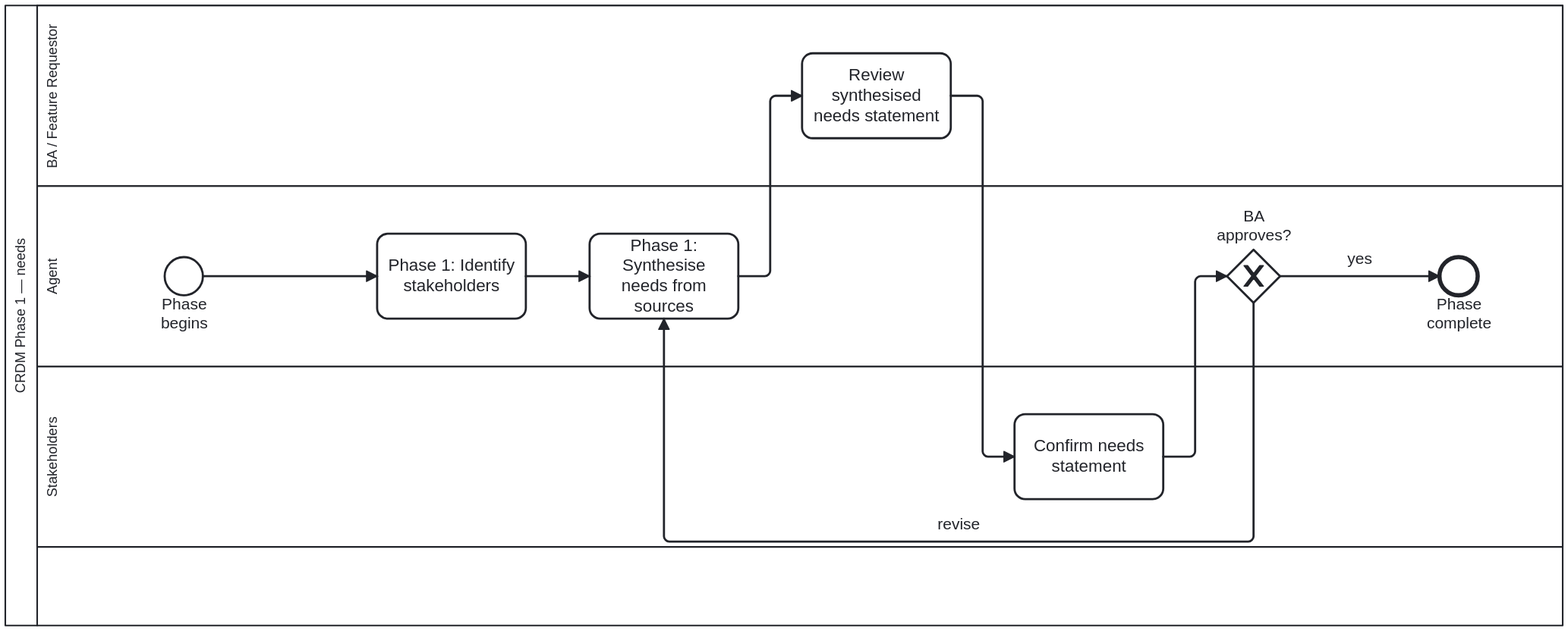
The BPMN diagram docs/assets/img/workflows/crdm-needs.svg in litlfred/cat-harness, before a commit. Its source is kept beside it as processes/process/crdm-needs.bpmn. Ids are renumbered. The source it was exported from:
```xml
<bpmn:definitions xmlns:bpmn="http://www.omg.org/spec/BPMN/20100524/MODEL"
                  xmlns:bpmndi="http://www.omg.org/spec/BPMN/20100524/DI"
                  xmlns:dc="http://www.omg.org/spec/DD/20100524/DC"
                  xmlns:di="http://www.omg.org/spec/DD/20100524/DI"
                  xmlns:bootstrap.processes="https://litlfred.github.io/bootstrap/v0/processes/ns#"
                   xmlns:cat-harness.processes="https://litlfred.github.io/cat-harness/v0/processes/ns#"
                  id="Definitions_Process_CRDM_Needs" targetNamespace="https://litlfred.github.io/folio-assistant/workflows"
                  exporter="folio-assistant" exporterVersion="1">
  <bpmn:import namespace="https://litlfred.github.io/bootstrap/v0/processes/ns#" location="https://litlfred.github.io/bootstrap/v0/processes/ns.jsonld" importType="http://www.w3.org/ns/json-ld"/>
  <bpmn:resource id="authoring-agent" name="Authoring agent"/>
  <bpmn:resource id="business-analyst" name="Business analyst"/>
  <bpmn:resource id="stakeholder" name="Stakeholder"/>
  <bpmn:collaboration id="Collaboration_Process_CRDM_Needs">
    <bpmn:participant id="Participant_Process_CRDM_Needs" name="CRDM Phase 1 — needs" processRef="Process_CRDM_Needs"/>
  </bpmn:collaboration>
  <bpmn:process id="Process_CRDM_Needs" name="CRDM Phase 1 — needs" isExecutable="false">
    <bpmn:documentation>Identify the stakeholders, synthesise a needs statement from the sources, and loop until the BA and the stakeholders both recognise it. The loop is the phase: a needs statement nobody confirmed is an agent's summary, not a requirement.</bpmn:documentation>
    <bpmn:extensionElements>
      <cat-harness.processes:policy enforcement="strict"/>
    </bpmn:extensionElements>
    <bpmn:laneSet id="LaneSet_Process_CRDM_Needs">
      <bpmn:lane id="Lane_BA" name="BA / Feature Requestor" partitionElementRef="business-analyst">
        <bpmn:documentation>The single review here is what GW_Needs is literally named for — "BA approves?" — even though Lane_Stakeholders' confirmation sits between this task and that gateway in the flow; the phase's own documentation makes clear the loop needs both, so reading the gate label alone would miss half of what it takes to exit it.</bpmn:documentation>
        <bpmn:flowNodeRef>BA_ReviewNeeds</bpmn:flowNodeRef>
      </bpmn:lane>
      <bpmn:lane id="Lane_Agent" name="Agent" partitionElementRef="authoring-agent">
        <bpmn:documentation>Drafts the needs statement but never decides it is right — A_Synthesise is the sole target when GW_Needs loops back — and this process's own documentation calls an unconfirmed synthesis "an agent's summary, not a requirement," which is exactly what this lane alone produces before the two lanes below it look at it.</bpmn:documentation>
        <bpmn:flowNodeRef>Start_Process_CRDM_Needs</bpmn:flowNodeRef>
        <bpmn:flowNodeRef>A_Stakeholders</bpmn:flowNodeRef>
        <bpmn:flowNodeRef>A_Synthesise</bpmn:flowNodeRef>
        <bpmn:flowNodeRef>GW_Needs</bpmn:flowNodeRef>
        <bpmn:flowNodeRef>End_Process_CRDM_Needs</bpmn:flowNodeRef>
      </bpmn:lane>
      <bpmn:lane id="Lane_Stakeholders" name="Stakeholders" partitionElementRef="stakeholder">
        <bpmn:documentation>The task itself carries no documentation of its own, so this lane's entry is the only place recording what "confirm" means in Phase 1: recognising the synthesised needs statement as actually theirs, immediately before the loop gate — not, as in the later data-model phase, judging a cardinality, because there is no model yet to have one.</bpmn:documentation>
        <bpmn:flowNodeRef>S_ConfirmNeeds</bpmn:flowNodeRef>
      </bpmn:lane>
    </bpmn:laneSet>
    <bpmn:startEvent id="Start_Process_CRDM_Needs" name="Phase begins"/>
    <bpmn:task id="A_Stakeholders" name="Phase 1: Identify
stakeholders">
      <bpmn:documentation>The agent asks the BA who is affected by this change.
The BA knows the domain — the agent does not guess.</bpmn:documentation>
      <bpmn:extensionElements><bootstrap.processes:skill ref="crdm-requirements-workflow"/></bpmn:extensionElements>
    </bpmn:task>
    <bpmn:task id="A_Synthesise" name="Phase 1: Synthesise
needs from sources">
      <bpmn:documentation>From the chat, issue, uploads and library sources, write a clear, jargon-free statement of what is needed and why, tied to a concrete workflow. Post it on the GitHub issue, not in chat, and ask the requester and stakeholders to review it.</bpmn:documentation>
      <bpmn:extensionElements><bootstrap.processes:skill ref="crdm-requirements-workflow"/></bpmn:extensionElements>
    </bpmn:task>
    <bpmn:task id="BA_ReviewNeeds" name="Review synthesised
needs statement">
      <bpmn:documentation>The BA reviews what the agent synthesised and
checks it against what they actually need.</bpmn:documentation>
      <bpmn:extensionElements><bootstrap.processes:skill ref="crdm-requirements-workflow"/></bpmn:extensionElements>
    </bpmn:task>
    <bpmn:task id="S_ConfirmNeeds" name="Confirm needs
statement">
      <bpmn:documentation>Stakeholders confirm, on the issue, that the needs statement says what they need — or say what to change. A stakeholder's judgement; an agent does not record it for them.</bpmn:documentation>
    </bpmn:task>
    <bpmn:exclusiveGateway id="GW_Needs" name="BA approves?">
      <bpmn:documentation>The BA's answer to the needs statement. `revise` goes back to synthesising needs from the sources; `yes` completes the phase.</bpmn:documentation>
    </bpmn:exclusiveGateway>
    <bpmn:endEvent id="End_Process_CRDM_Needs" name="Phase complete"/>
    <bpmn:sequenceFlow id="SF_Process_CRDM_Needs_1" sourceRef="Start_Process_CRDM_Needs" targetRef="A_Stakeholders"/>
    <bpmn:sequenceFlow id="SF_Process_CRDM_Needs_2" sourceRef="A_Stakeholders" targetRef="A_Synthesise"/>
    <bpmn:sequenceFlow id="SF_Process_CRDM_Needs_3" sourceRef="A_Synthesise" targetRef="BA_ReviewNeeds"/>
    <bpmn:sequenceFlow id="SF_Process_CRDM_Needs_4" sourceRef="BA_ReviewNeeds" targetRef="S_ConfirmNeeds"/>
    <bpmn:sequenceFlow id="SF_Process_CRDM_Needs_5" sourceRef="S_ConfirmNeeds" targetRef="GW_Needs"/>
    <bpmn:sequenceFlow id="SF_Process_CRDM_Needs_6" name="revise" sourceRef="GW_Needs" targetRef="A_Synthesise"/>
    <bpmn:sequenceFlow id="SF_Process_CRDM_Needs_7" name="yes" sourceRef="GW_Needs" targetRef="End_Process_CRDM_Needs"/>
  </bpmn:process>
  <bpmndi:BPMNDiagram id="Diagram_Process_CRDM_Needs">
    <bpmndi:BPMNPlane id="Plane_Process_CRDM_Needs" bpmnElement="Collaboration_Process_CRDM_Needs">
      <bpmndi:BPMNShape id="Shape_Participant_Process_CRDM_Needs" bpmnElement="Participant_Process_CRDM_Needs" isHorizontal="true">
        <dc:Bounds x="160" y="80" width="1466" height="584" />
      </bpmndi:BPMNShape>
      <bpmndi:BPMNShape id="Shape_Lane_BA_Process_CRDM_Needs" bpmnElement="Lane_BA" isHorizontal="true">
        <dc:Bounds x="190" y="80" width="1436" height="170" />
      </bpmndi:BPMNShape>
      <bpmndi:BPMNShape id="Shape_Lane_Agent_Process_CRDM_Needs" bpmnElement="Lane_Agent" isHorizontal="true">
        <dc:Bounds x="190" y="250" width="1436" height="170" />
      </bpmndi:BPMNShape>
      <bpmndi:BPMNShape id="Shape_Lane_Stakeholders_Process_CRDM_Needs" bpmnElement="Lane_Stakeholders" isHorizontal="true">
        <dc:Bounds x="190" y="420" width="1436" height="170" />
      </bpmndi:BPMNShape>
      <bpmndi:BPMNShape id="Shape_Start_Process_CRDM_Needs" bpmnElement="Start_Process_CRDM_Needs">
        <dc:Bounds x="310" y="317" width="36" height="36" />
      </bpmndi:BPMNShape>
      <bpmndi:BPMNShape id="Shape_A_Stakeholders" bpmnElement="A_Stakeholders">
        <dc:Bounds x="510" y="295" width="140" height="80" />
      </bpmndi:BPMNShape>
      <bpmndi:BPMNShape id="Shape_A_Synthesise" bpmnElement="A_Synthesise">
        <dc:Bounds x="710" y="295" width="140" height="80" />
      </bpmndi:BPMNShape>
      <bpmndi:BPMNShape id="Shape_BA_ReviewNeeds" bpmnElement="BA_ReviewNeeds">
        <dc:Bounds x="910" y="125" width="140" height="80" />
      </bpmndi:BPMNShape>
      <bpmndi:BPMNShape id="Shape_S_ConfirmNeeds" bpmnElement="S_ConfirmNeeds">
        <dc:Bounds x="1110" y="465" width="140" height="80" />
      </bpmndi:BPMNShape>
      <bpmndi:BPMNShape id="Shape_GW_Needs" bpmnElement="GW_Needs" isMarkerVisible="true">
        <dc:Bounds x="1310" y="310" width="50" height="50" />
        <bpmndi:BPMNLabel><dc:Bounds x="1290" y="270" width="90" height="36" /></bpmndi:BPMNLabel>
      </bpmndi:BPMNShape>
      <bpmndi:BPMNShape id="Shape_End_Process_CRDM_Needs" bpmnElement="End_Process_CRDM_Needs">
        <dc:Bounds x="1510" y="317" width="36" height="36" />
      </bpmndi:BPMNShape>
      <bpmndi:BPMNEdge id="Edge_SF_Process_CRDM_Needs_1" bpmnElement="SF_Process_CRDM_Needs_1">
        <di:waypoint x="346" y="335" />
        <di:waypoint x="510" y="335" />
      </bpmndi:BPMNEdge>
      <bpmndi:BPMNEdge id="Edge_SF_Process_CRDM_Needs_2" bpmnElement="SF_Process_CRDM_Needs_2">
        <di:waypoint x="650" y="335" />
        <di:waypoint x="710" y="335" />
      </bpmndi:BPMNEdge>
      <bpmndi:BPMNEdge id="Edge_SF_Process_CRDM_Needs_3" bpmnElement="SF_Process_CRDM_Needs_3">
        <di:waypoint x="850" y="335" />
        <di:waypoint x="880" y="335" />
        <di:waypoint x="880" y="165" />
        <di:waypoint x="910" y="165" />
      </bpmndi:BPMNEdge>
      <bpmndi:BPMNEdge id="Edge_SF_Process_CRDM_Needs_4" bpmnElement="SF_Process_CRDM_Needs_4">
        <di:waypoint x="1050" y="165" />
        <di:waypoint x="1080" y="165" />
        <di:waypoint x="1080" y="505" />
        <di:waypoint x="1110" y="505" />
      </bpmndi:BPMNEdge>
      <bpmndi:BPMNEdge id="Edge_SF_Process_CRDM_Needs_5" bpmnElement="SF_Process_CRDM_Needs_5">
        <di:waypoint x="1250" y="505" />
        <di:waypoint x="1280" y="505" />
        <di:waypoint x="1280" y="335" />
        <di:waypoint x="1310" y="335" />
      </bpmndi:BPMNEdge>
      <bpmndi:BPMNEdge id="Edge_SF_Process_CRDM_Needs_6" bpmnElement="SF_Process_CRDM_Needs_6">
        <di:waypoint x="1335" y="360" />
        <di:waypoint x="1335" y="585" />
        <di:waypoint x="780" y="585" />
        <di:waypoint x="780" y="375" />
      </bpmndi:BPMNEdge>
      <bpmndi:BPMNEdge id="Edge_SF_Process_CRDM_Needs_7" bpmnElement="SF_Process_CRDM_Needs_7">
        <di:waypoint x="1360" y="335" />
        <di:waypoint x="1510" y="335" />
      </bpmndi:BPMNEdge>
    </bpmndi:BPMNPlane>
  </bpmndi:BPMNDiagram>
</bpmn:definitions>
```
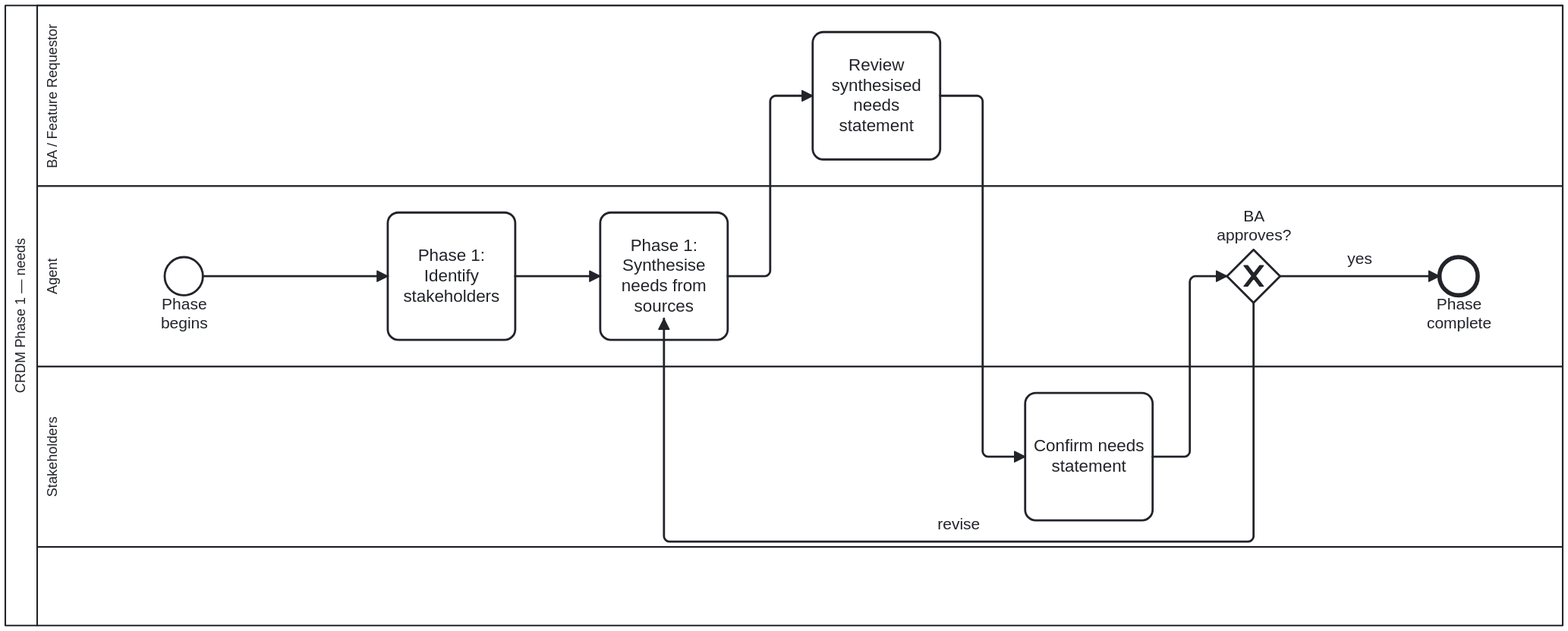
Above is the later version.

What changed in the source:
```diff
@@ -88,48 +88,48 @@
         <dc:Bounds x="310" y="317" width="36" height="36" />
       </bpmndi:BPMNShape>
       <bpmndi:BPMNShape id="Shape_A_Stakeholders" bpmnElement="A_Stakeholders">
-        <dc:Bounds x="510" y="295" width="140" height="80" />
+        <dc:Bounds x="520" y="275" width="120" height="120" />
       </bpmndi:BPMNShape>
       <bpmndi:BPMNShape id="Shape_A_Synthesise" bpmnElement="A_Synthesise">
-        <dc:Bounds x="710" y="295" width="140" height="80" />
+        <dc:Bounds x="720" y="275" width="120" height="120" />
       </bpmndi:BPMNShape>
       <bpmndi:BPMNShape id="Shape_BA_ReviewNeeds" bpmnElement="BA_ReviewNeeds">
-        <dc:Bounds x="910" y="125" width="140" height="80" />
+        <dc:Bounds x="920" y="105" width="120" height="120" />
       </bpmndi:BPMNShape>
       <bpmndi:BPMNShape id="Shape_S_ConfirmNeeds" bpmnElement="S_ConfirmNeeds">
-        <dc:Bounds x="1110" y="465" width="140" height="80" />
+        <dc:Bounds x="1120" y="445" width="120" height="120" />
       </bpmndi:BPMNShape>
       <bpmndi:BPMNShape id="Shape_GW_Needs" bpmnElement="GW_Needs" isMarkerVisible="true">
         <dc:Bounds x="1310" y="310" width="50" height="50" />
-        <bpmndi:BPMNLabel><dc:Bounds x="1290" y="270" width="90" height="36" /></bpmndi:BPMNLabel>
-      </bpmndi:BPMNShape>
+
+      <bpmndi:BPMNLabel><dc:Bounds x="1290" y="270" width="90" height="36" /></bpmndi:BPMNLabel></bpmndi:BPMNShape>
       <bpmndi:BPMNShape id="Shape_End_Process_CRDM_Needs" bpmnElement="End_Process_CRDM_Needs">
         <dc:Bounds x="1510" y="317" width="36" height="36" />
       </bpmndi:BPMNShape>
       <bpmndi:BPMNEdge id="Edge_SF_Process_CRDM_Needs_1" bpmnElement="SF_Process_CRDM_Needs_1">
         <di:waypoint x="346" y="335" />
-        <di:waypoint x="510" y="335" />
+        <di:waypoint x="520" y="335" />
       </bpmndi:BPMNEdge>
       <bpmndi:BPMNEdge id="Edge_SF_Process_CRDM_Needs_2" bpmnElement="SF_Process_CRDM_Needs_2">
-        <di:waypoint x="650" y="335" />
-        <di:waypoint x="710" y="335" />
+        <di:waypoint x="640" y="335" />
+        <di:waypoint x="720" y="335" />
       </bpmndi:BPMNEdge>
       <bpmndi:BPMNEdge id="Edge_SF_Process_CRDM_Needs_3" bpmnElement="SF_Process_CRDM_Needs_3">
-        <di:waypoint x="850" y="335" />
+        <di:waypoint x="840" y="335" />
         <di:waypoint x="880" y="335" />
         <di:waypoint x="880" y="165" />
-        <di:waypoint x="910" y="165" />
+        <di:waypoint x="920" y="165" />
       </bpmndi:BPMNEdge>
       <bpmndi:BPMNEdge id="Edge_SF_Process_CRDM_Needs_4" bpmnElement="SF_Process_CRDM_Needs_4">
-        <di:waypoint x="1050" y="165" />
+        <di:waypoint x="1040" y="165" />
         <di:waypoint x="1080" y="165" />
         <di:waypoint x="1080" y="505" />
-        <di:waypoint x="1110" y="505" />
+        <di:waypoint x="1120" y="505" />
       </bpmndi:BPMNEdge>
       <bpmndi:BPMNEdge id="Edge_SF_Process_CRDM_Needs_5" bpmnElement="SF_Process_CRDM_Needs_5">
-        <di:waypoint x="1250" y="505" />
-        <di:waypoint x="1280" y="505" />
-        <di:waypoint x="1280" y="335" />
+        <di:waypoint x="1240" y="505" />
+        <di:waypoint x="1275" y="505" />
+        <di:waypoint x="1275" y="335" />
         <di:waypoint x="1310" y="335" />
       </bpmndi:BPMNEdge>
       <bpmndi:BPMNEdge id="Edge_SF_Process_CRDM_Needs_6" bpmnElement="SF_Process_CRDM_Needs_6">
```
